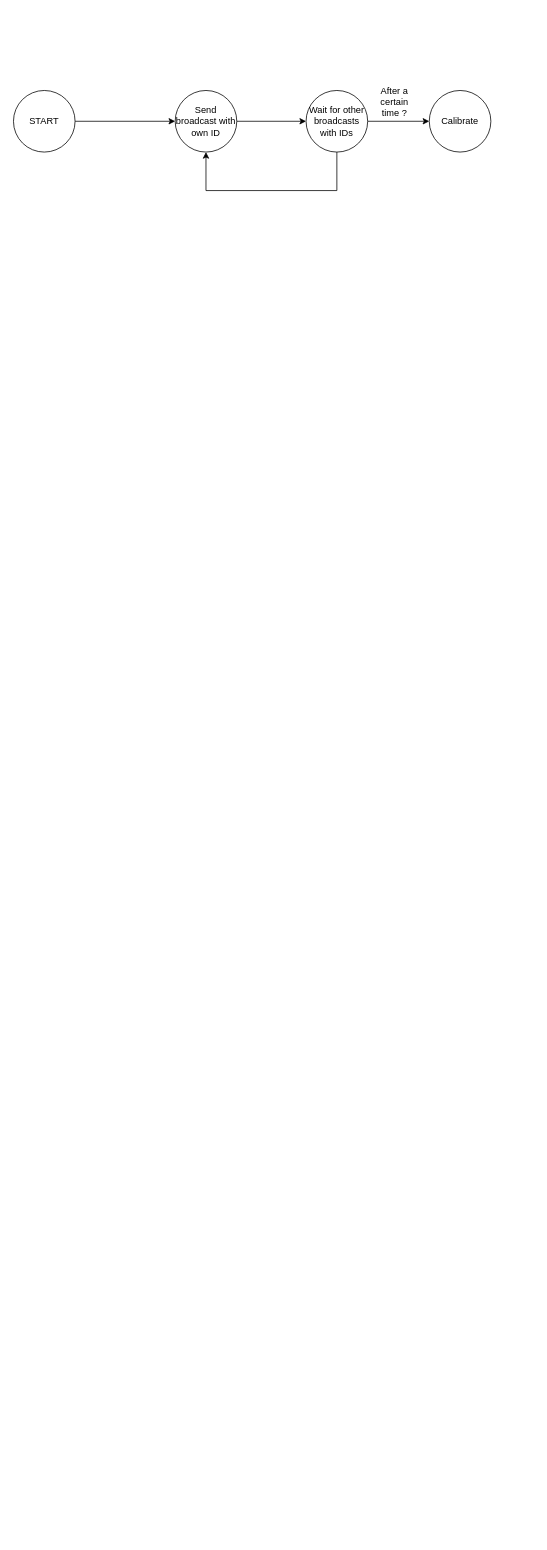
GNL10/SCDTR_project keeps this draw.io diagram as photos/state_diagram.drawio. Above is the earlier version. Source tidied: cells renumbered, new cells numbered last; positions are measured from the earlier drawing's top-left corner, leaving out a move shared by most shapes. Both pictures are drawn from the tidied source at 77%, with x=0, y=0 at pixel (13, 82).
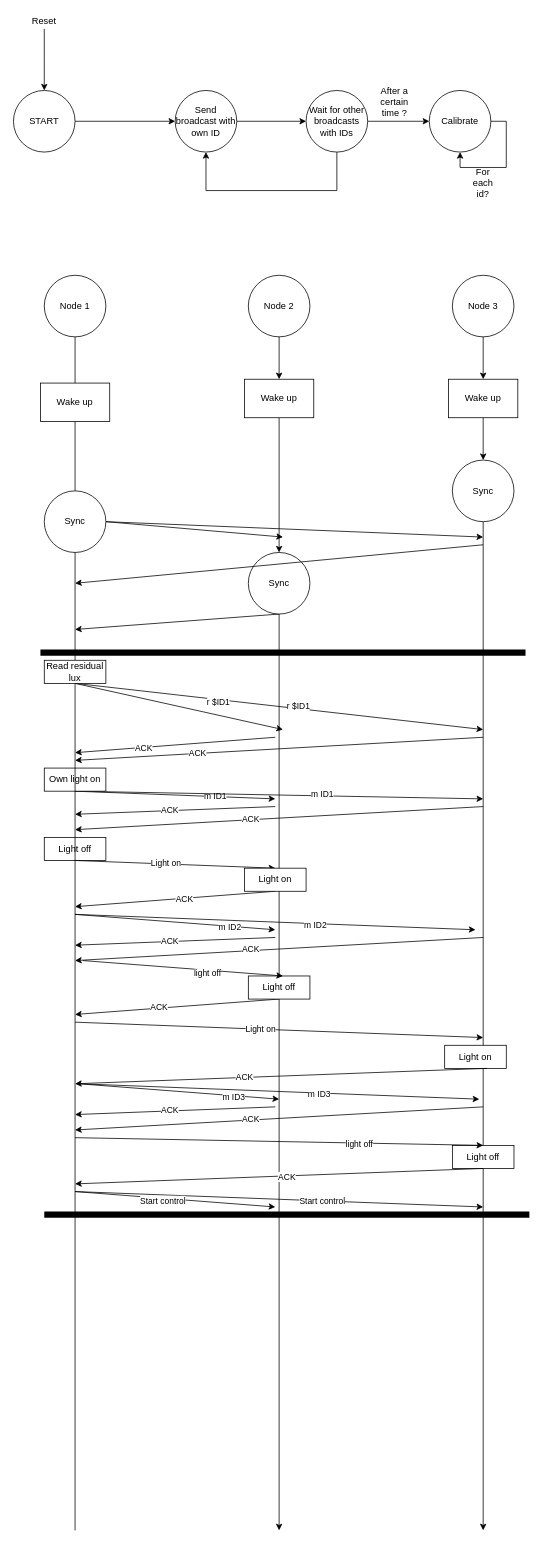
Above is the later version.

The change refers to these unchanged cells:
```xml
<mxCell id="3" value="START" style="ellipse;whiteSpace=wrap;html=1;" parent="1" vertex="1">
  <mxGeometry y="10" width="80" height="80" as="geometry" />
</mxCell>
<mxCell id="9" value="Calibrate" style="ellipse;whiteSpace=wrap;html=1;" parent="1" vertex="1">
  <mxGeometry x="540" y="10" width="80" height="80" as="geometry" />
</mxCell>
```

What changed in the source:
```diff
@@
+    <mxCell id="11" style="edgeStyle=orthogonalEdgeStyle;rounded=0;jettySize=auto;html=1;exitX=0.5;exitY=0;exitDx=0;exitDy=0;endArrow=none;endFill=0;startArrow=classic;startFill=1;" parent="1" edge="1" source="3">
+      <mxGeometry relative="1" as="geometry">
+        <mxPoint x="40" y="-70" as="targetPoint" />
+      </mxGeometry>
+    </mxCell>
@@
+    <mxCell id="12" value="Reset" style="text;html=1;strokeColor=none;fillColor=none;align=center;verticalAlign=middle;whiteSpace=wrap;rounded=0;" parent="1" vertex="1">
+      <mxGeometry x="20" y="-90" width="40" height="20" as="geometry" />
+    </mxCell>
+    <mxCell id="13" style="edgeStyle=orthogonalEdgeStyle;rounded=0;orthogonalLoop=1;jettySize=auto;html=1;exitX=1;exitY=0.5;exitDx=0;exitDy=0;entryX=0.5;entryY=1;entryDx=0;entryDy=0;startArrow=none;startFill=0;endArrow=classic;endFill=1;" parent="1" edge="1" source="9" target="9">
+      <mxGeometry relative="1" as="geometry" />
+    </mxCell>
+    <mxCell id="14" value="For each id?" style="text;html=1;strokeColor=none;fillColor=none;align=center;verticalAlign=middle;whiteSpace=wrap;rounded=0;" parent="1" vertex="1">
+      <mxGeometry x="590" y="120" width="40" height="20" as="geometry" />
+    </mxCell>
+    <mxCell id="15" value="Node 1" style="ellipse;whiteSpace=wrap;html=1;" parent="1" vertex="1">
+      <mxGeometry x="40" y="250" width="80" height="80" as="geometry" />
+    </mxCell>
+    <mxCell id="16" style="edgeStyle=orthogonalEdgeStyle;rounded=0;jettySize=auto;html=1;exitX=0.5;exitY=1;exitDx=0;exitDy=0;startArrow=none;startFill=0;endArrow=classic;endFill=1;" parent="1" edge="1" source="31">
+      <mxGeometry relative="1" as="geometry">
+        <mxPoint x="345" y="1880" as="targetPoint" />
+      </mxGeometry>
+    </mxCell>
+    <mxCell id="17" value="&lt;span&gt;Node 2&lt;/span&gt;" style="ellipse;whiteSpace=wrap;html=1;" parent="1" vertex="1">
+      <mxGeometry x="305" y="250" width="80" height="80" as="geometry" />
+    </mxCell>
+    <mxCell id="18" style="edgeStyle=orthogonalEdgeStyle;rounded=0;jettySize=auto;html=1;exitX=0.5;exitY=1;exitDx=0;exitDy=0;startArrow=none;startFill=0;endArrow=classic;endFill=1;" parent="1" edge="1" source="28">
+      <mxGeometry relative="1" as="geometry">
+        <mxPoint x="610" y="1880" as="targetPoint" />
+      </mxGeometry>
+    </mxCell>
+    <mxCell id="19" value="&lt;span&gt;Node 3&lt;/span&gt;" style="ellipse;whiteSpace=wrap;html=1;" parent="1" vertex="1">
+      <mxGeometry x="570" y="250" width="80" height="80" as="geometry" />
+    </mxCell>
+    <mxCell id="20" style="endArrow=none;html=1;entryX=0.5;entryY=1;entryDx=0;entryDy=0;" parent="1" edge="1" source="21" target="15">
+      <mxGeometry relative="1" as="geometry" />
+    </mxCell>
+    <mxCell id="21" value="Wake up" style="rounded=0;whiteSpace=wrap;html=1;" parent="1" vertex="1">
+      <mxGeometry x="35" y="390" width="90" height="50" as="geometry" />
+    </mxCell>
+    <mxCell id="22" style="endArrow=none;html=1;entryX=0.5;entryY=1;entryDx=0;entryDy=0;" parent="1" edge="1" source="96" target="21">
+      <mxGeometry relative="1" as="geometry" />
+    </mxCell>
+    <mxCell id="23" value="Wake up" style="rounded=0;whiteSpace=wrap;html=1;" parent="1" vertex="1">
+      <mxGeometry x="565" y="385" width="90" height="50" as="geometry" />
+    </mxCell>
+    <mxCell id="24" style="edgeStyle=orthogonalEdgeStyle;rounded=0;jettySize=auto;html=1;exitX=0.5;exitY=1;exitDx=0;exitDy=0;startArrow=none;startFill=0;endArrow=classic;endFill=1;" parent="1" edge="1" source="19" target="23">
+      <mxGeometry relative="1" as="geometry" />
+    </mxCell>
+    <mxCell id="25" style="rounded=0;jettySize=auto;html=1;exitX=1;exitY=0.5;exitDx=0;exitDy=0;startArrow=none;startFill=0;endArrow=classic;endFill=1;" parent="1" edge="1" source="27">
+      <mxGeometry relative="1" as="geometry">
+        <mxPoint x="350" y="590" as="targetPoint" />
+      </mxGeometry>
+    </mxCell>
+    <mxCell id="26" style="edgeStyle=none;rounded=0;jettySize=auto;html=1;exitX=1;exitY=0.5;exitDx=0;exitDy=0;startArrow=none;startFill=0;endArrow=classic;endFill=1;" parent="1" edge="1" source="27">
+      <mxGeometry relative="1" as="geometry">
+        <mxPoint x="610" y="590" as="targetPoint" />
+      </mxGeometry>
+    </mxCell>
+    <mxCell id="27" value="Sync" style="ellipse;whiteSpace=wrap;html=1;" parent="1" vertex="1">
+      <mxGeometry x="40" y="530" width="80" height="80" as="geometry" />
+    </mxCell>
+    <mxCell id="28" value="Sync" style="ellipse;whiteSpace=wrap;html=1;" parent="1" vertex="1">
+      <mxGeometry x="570" y="490" width="80" height="80" as="geometry" />
+    </mxCell>
+    <mxCell id="29" style="edgeStyle=orthogonalEdgeStyle;rounded=0;jettySize=auto;html=1;exitX=0.5;exitY=1;exitDx=0;exitDy=0;startArrow=none;startFill=0;endArrow=classic;endFill=1;" parent="1" edge="1" source="23" target="28">
+      <mxGeometry relative="1" as="geometry" />
+    </mxCell>
+    <mxCell id="30" style="edgeStyle=none;rounded=0;jettySize=auto;html=1;exitX=0.5;exitY=1;exitDx=0;exitDy=0;startArrow=none;startFill=0;endArrow=classic;endFill=1;" parent="1" edge="1" source="31">
+      <mxGeometry relative="1" as="geometry">
+        <mxPoint x="80" y="710" as="targetPoint" />
+      </mxGeometry>
+    </mxCell>
+    <mxCell id="31" value="Sync" style="ellipse;whiteSpace=wrap;html=1;" parent="1" vertex="1">
+      <mxGeometry x="305" y="610" width="80" height="80" as="geometry" />
+    </mxCell>
+    <mxCell id="32" style="edgeStyle=orthogonalEdgeStyle;rounded=0;jettySize=auto;html=1;exitX=0.5;exitY=1;exitDx=0;exitDy=0;startArrow=none;startFill=0;endArrow=classic;endFill=1;" parent="1" edge="1" source="33" target="31">
+      <mxGeometry relative="1" as="geometry" />
+    </mxCell>
+    <mxCell id="33" value="Wake up" style="rounded=0;whiteSpace=wrap;html=1;" parent="1" vertex="1">
+      <mxGeometry x="300" y="385" width="90" height="50" as="geometry" />
+    </mxCell>
+    <mxCell id="34" style="edgeStyle=orthogonalEdgeStyle;rounded=0;jettySize=auto;html=1;exitX=0.5;exitY=1;exitDx=0;exitDy=0;startArrow=none;startFill=0;endArrow=classic;endFill=1;" parent="1" edge="1" source="17" target="33">
+      <mxGeometry relative="1" as="geometry" />
+    </mxCell>
+    <mxCell id="35" style="endArrow=classic;html=1;" parent="1" edge="1">
+      <mxGeometry relative="1" as="geometry">
+        <mxPoint x="610" y="600" as="sourcePoint" />
+        <mxPoint x="80" y="650" as="targetPoint" />
+      </mxGeometry>
+    </mxCell>
+    <mxCell id="36" style="endArrow=none;html=1;strokeWidth=8;" parent="1" edge="1">
+      <mxGeometry relative="1" as="geometry">
+        <mxPoint x="35" y="740" as="sourcePoint" />
+        <mxPoint x="665" y="740" as="targetPoint" />
+      </mxGeometry>
+    </mxCell>
+    <mxCell id="37" style="edgeStyle=none;rounded=0;jettySize=auto;html=1;exitX=0.5;exitY=1;exitDx=0;exitDy=0;startArrow=none;startFill=0;endArrow=classic;endFill=1;strokeWidth=1;" parent="1" edge="1" source="96">
+      <mxGeometry relative="1" as="geometry">
+        <mxPoint x="350" y="840" as="targetPoint" />
+      </mxGeometry>
+    </mxCell>
+    <mxCell id="38" style="edgeStyle=none;rounded=0;jettySize=auto;html=1;exitX=0.5;exitY=1;exitDx=0;exitDy=0;startArrow=none;startFill=0;endArrow=classic;endFill=1;strokeWidth=1;" parent="1" edge="1" source="96">
+      <mxGeometry relative="1" as="geometry">
+        <mxPoint x="610" y="840" as="targetPoint" />
+      </mxGeometry>
+    </mxCell>
+    <mxCell id="39" value="r $ID1" style="edgeLabel;html=1;align=center;verticalAlign=middle;" parent="38" vertex="1">
+      <mxGeometry x="-0.3" y="-3" relative="1" as="geometry" />
+    </mxCell>
+    <mxCell id="40" value="r $ID1" style="edgeLabel;html=1;align=center;verticalAlign=middle;" parent="38" vertex="1">
+      <mxGeometry x="0.09" y="3" relative="1" as="geometry" />
+    </mxCell>
+    <mxCell id="41" style="endArrow=classic;html=1;strokeWidth=1;" parent="1" edge="1">
+      <mxGeometry relative="1" as="geometry">
+        <mxPoint x="610" y="850" as="sourcePoint" />
+        <mxPoint x="80" y="880" as="targetPoint" />
+      </mxGeometry>
+    </mxCell>
+    <mxCell id="42" value="ACK" style="edgeLabel;html=1;align=center;verticalAlign=middle;" parent="41" vertex="1">
+      <mxGeometry x="0.4" y="-1" relative="1" as="geometry" />
+    </mxCell>
+    <mxCell id="43" style="endArrow=classic;html=1;strokeWidth=1;" parent="1" edge="1">
+      <mxGeometry relative="1" as="geometry">
+        <mxPoint x="340" y="850" as="sourcePoint" />
+        <mxPoint x="80" y="870" as="targetPoint" />
+      </mxGeometry>
+    </mxCell>
+    <mxCell id="44" value="ACK" style="edgeLabel;html=1;align=center;verticalAlign=middle;" parent="43" vertex="1">
+      <mxGeometry x="0.32" relative="1" as="geometry" />
+    </mxCell>
+    <mxCell id="45" style="edgeStyle=none;rounded=0;jettySize=auto;html=1;exitX=0.5;exitY=1;exitDx=0;exitDy=0;startArrow=none;startFill=0;endArrow=classic;endFill=1;strokeWidth=1;" parent="1" edge="1" source="49">
+      <mxGeometry relative="1" as="geometry">
+        <mxPoint x="340" y="930" as="targetPoint" />
+      </mxGeometry>
+    </mxCell>
+    <mxCell id="46" value="m ID1" style="edgeLabel;html=1;align=center;verticalAlign=middle;" parent="45" vertex="1">
+      <mxGeometry x="0.4" relative="1" as="geometry" />
+    </mxCell>
+    <mxCell id="47" style="edgeStyle=none;rounded=0;jettySize=auto;html=1;exitX=0.5;exitY=1;exitDx=0;exitDy=0;startArrow=none;startFill=0;endArrow=classic;endFill=1;strokeWidth=1;" parent="1" edge="1" source="49">
+      <mxGeometry relative="1" as="geometry">
+        <mxPoint x="610" y="930" as="targetPoint" />
+      </mxGeometry>
+    </mxCell>
+    <mxCell id="48" value="m ID1" style="edgeLabel;html=1;align=center;verticalAlign=middle;" parent="47" vertex="1">
+      <mxGeometry x="-0.21" relative="1" as="geometry">
+        <mxPoint x="111.8" as="offset" />
+      </mxGeometry>
+    </mxCell>
+    <mxCell id="49" value="Own light on" style="rounded=0;whiteSpace=wrap;html=1;" parent="1" vertex="1">
+      <mxGeometry x="40" y="890" width="80" height="30" as="geometry" />
+    </mxCell>
+    <mxCell id="50" style="endArrow=classic;html=1;strokeWidth=1;" parent="1" edge="1">
+      <mxGeometry relative="1" as="geometry">
+        <mxPoint x="340" y="940" as="sourcePoint" />
+        <mxPoint x="80" y="950" as="targetPoint" />
+      </mxGeometry>
+    </mxCell>
+    <mxCell id="51" value="ACK" style="edgeLabel;html=1;align=center;verticalAlign=middle;" parent="50" vertex="1">
+      <mxGeometry x="0.06" y="-1" relative="1" as="geometry" />
+    </mxCell>
+    <mxCell id="52" style="endArrow=classic;html=1;strokeWidth=1;" parent="1" edge="1">
+      <mxGeometry relative="1" as="geometry">
+        <mxPoint x="610" y="940" as="sourcePoint" />
+        <mxPoint x="80" y="970" as="targetPoint" />
+      </mxGeometry>
+    </mxCell>
+    <mxCell id="53" value="ACK" style="edgeLabel;html=1;align=center;verticalAlign=middle;" parent="52" vertex="1">
+      <mxGeometry x="0.14" y="-2" relative="1" as="geometry" />
+    </mxCell>
+    <mxCell id="54" value="Light off" style="rounded=0;whiteSpace=wrap;html=1;" parent="1" vertex="1">
+      <mxGeometry x="40" y="980" width="80" height="30" as="geometry" />
+    </mxCell>
+    <mxCell id="55" style="endArrow=classic;html=1;strokeWidth=1;" parent="1" edge="1">
+      <mxGeometry relative="1" as="geometry">
+        <mxPoint x="80" y="1010" as="sourcePoint" />
+        <mxPoint x="340" y="1020" as="targetPoint" />
+      </mxGeometry>
+    </mxCell>
+    <mxCell id="56" value="Light on" style="edgeLabel;html=1;align=center;verticalAlign=middle;" parent="55" vertex="1">
+      <mxGeometry x="-0.09" y="1" relative="1" as="geometry" />
+    </mxCell>
+    <mxCell id="57" style="endArrow=classic;html=1;strokeWidth=1;" parent="1" edge="1">
+      <mxGeometry relative="1" as="geometry">
+        <mxPoint x="340" y="1050" as="sourcePoint" />
+        <mxPoint x="80" y="1070" as="targetPoint" />
+      </mxGeometry>
+    </mxCell>
+    <mxCell id="58" value="ACK" style="edgeLabel;html=1;align=center;verticalAlign=middle;" parent="57" vertex="1">
+      <mxGeometry x="-0.09" y="1" relative="1" as="geometry" />
+    </mxCell>
+    <mxCell id="59" value="Light on" style="rounded=0;whiteSpace=wrap;html=1;" parent="1" vertex="1">
+      <mxGeometry x="300" y="1020" width="80" height="30" as="geometry" />
+    </mxCell>
+    <mxCell id="60" style="endArrow=classic;html=1;strokeWidth=1;" parent="1" edge="1">
+      <mxGeometry relative="1" as="geometry">
+        <mxPoint x="80" y="1080" as="sourcePoint" />
+        <mxPoint x="340" y="1100" as="targetPoint" />
+      </mxGeometry>
+    </mxCell>
+    <mxCell id="61" value="m ID2" style="edgeLabel;html=1;align=center;verticalAlign=middle;" parent="60" vertex="1">
+      <mxGeometry x="0.54" y="-1" relative="1" as="geometry" />
+    </mxCell>
+    <mxCell id="62" style="endArrow=classic;html=1;strokeWidth=1;" parent="1" edge="1">
+      <mxGeometry relative="1" as="geometry">
+        <mxPoint x="80" y="1080" as="sourcePoint" />
+        <mxPoint x="600" y="1100" as="targetPoint" />
+      </mxGeometry>
+    </mxCell>
+    <mxCell id="63" value="m ID2" style="edgeLabel;html=1;align=center;verticalAlign=middle;" parent="62" vertex="1">
+      <mxGeometry x="0.2" y="-2" relative="1" as="geometry" />
+    </mxCell>
+    <mxCell id="64" style="endArrow=classic;html=1;strokeWidth=1;" parent="1" edge="1">
+      <mxGeometry relative="1" as="geometry">
+        <mxPoint x="340" y="1110" as="sourcePoint" />
+        <mxPoint x="80" y="1120" as="targetPoint" />
+      </mxGeometry>
+    </mxCell>
+    <mxCell id="65" value="ACK" style="edgeLabel;html=1;align=center;verticalAlign=middle;" parent="64" vertex="1">
+      <mxGeometry x="0.06" y="-1" relative="1" as="geometry" />
+    </mxCell>
+    <mxCell id="66" style="endArrow=classic;html=1;strokeWidth=1;" parent="1" edge="1">
+      <mxGeometry relative="1" as="geometry">
+        <mxPoint x="610" y="1110" as="sourcePoint" />
+        <mxPoint x="80" y="1140" as="targetPoint" />
+      </mxGeometry>
+    </mxCell>
+    <mxCell id="67" value="ACK" style="edgeLabel;html=1;align=center;verticalAlign=middle;" parent="66" vertex="1">
+      <mxGeometry x="0.14" y="-2" relative="1" as="geometry" />
+    </mxCell>
+    <mxCell id="68" style="edgeStyle=none;rounded=0;jettySize=auto;html=1;exitX=0.5;exitY=1;exitDx=0;exitDy=0;startArrow=none;startFill=0;endArrow=classic;endFill=1;strokeWidth=1;" parent="1" edge="1" source="70">
+      <mxGeometry relative="1" as="geometry">
+        <mxPoint x="80" y="1210" as="targetPoint" />
+      </mxGeometry>
+    </mxCell>
+    <mxCell id="69" value="ACK" style="edgeLabel;html=1;align=center;verticalAlign=middle;" parent="68" vertex="1">
+      <mxGeometry x="0.18" y="-1" relative="1" as="geometry" />
+    </mxCell>
+    <mxCell id="70" value="Light off" style="rounded=0;whiteSpace=wrap;html=1;" parent="1" vertex="1">
+      <mxGeometry x="305" y="1160" width="80" height="30" as="geometry" />
+    </mxCell>
+    <mxCell id="71" style="endArrow=classic;html=1;strokeWidth=1;" parent="1" edge="1">
+      <mxGeometry relative="1" as="geometry">
+        <mxPoint x="90" y="1140" as="sourcePoint" />
+        <mxPoint x="350" y="1160" as="targetPoint" />
+      </mxGeometry>
+    </mxCell>
+    <mxCell id="72" value="light off" style="edgeLabel;html=1;align=center;verticalAlign=middle;" parent="71" vertex="1">
+      <mxGeometry x="0.54" y="-1" relative="1" as="geometry">
+        <mxPoint x="-39.3" as="offset" />
+      </mxGeometry>
+    </mxCell>
+    <mxCell id="73" style="endArrow=classic;html=1;strokeWidth=1;" parent="1" edge="1">
+      <mxGeometry relative="1" as="geometry">
+        <mxPoint x="80" y="1220" as="sourcePoint" />
+        <mxPoint x="610" y="1240" as="targetPoint" />
+      </mxGeometry>
+    </mxCell>
+    <mxCell id="74" value="Light on" style="edgeLabel;html=1;align=center;verticalAlign=middle;" parent="73" vertex="1">
+      <mxGeometry x="-0.09" y="1" relative="1" as="geometry" />
+    </mxCell>
+    <mxCell id="75" value="Light on" style="rounded=0;whiteSpace=wrap;html=1;" parent="1" vertex="1">
+      <mxGeometry x="560" y="1250" width="80" height="30" as="geometry" />
+    </mxCell>
+    <mxCell id="76" value="Light off" style="rounded=0;whiteSpace=wrap;html=1;" parent="1" vertex="1">
+      <mxGeometry x="570" y="1380" width="80" height="30" as="geometry" />
+    </mxCell>
+    <mxCell id="77" style="edgeStyle=none;rounded=0;orthogonalLoop=1;jettySize=auto;html=1;exitX=0.5;exitY=1;exitDx=0;exitDy=0;startArrow=none;startFill=0;endArrow=classic;endFill=1;strokeWidth=1;" parent="1" edge="1">
+      <mxGeometry relative="1" as="geometry">
+        <mxPoint x="615" y="1280" as="sourcePoint" />
+        <mxPoint x="80" y="1300" as="targetPoint" />
+      </mxGeometry>
+    </mxCell>
+    <mxCell id="78" value="ACK" style="edgeLabel;html=1;align=center;verticalAlign=middle;" parent="77" vertex="1">
+      <mxGeometry x="0.18" y="-1" relative="1" as="geometry" />
+    </mxCell>
+    <mxCell id="79" style="endArrow=classic;html=1;strokeWidth=1;" parent="1" edge="1">
+      <mxGeometry relative="1" as="geometry">
+        <mxPoint x="85" y="1300" as="sourcePoint" />
+        <mxPoint x="345" y="1320" as="targetPoint" />
+      </mxGeometry>
+    </mxCell>
+    <mxCell id="80" value="m ID3" style="edgeLabel;html=1;align=center;verticalAlign=middle;" parent="79" vertex="1">
+      <mxGeometry x="0.54" y="-1" relative="1" as="geometry" />
+    </mxCell>
+    <mxCell id="81" style="endArrow=classic;html=1;strokeWidth=1;" parent="1" edge="1">
+      <mxGeometry relative="1" as="geometry">
+        <mxPoint x="85" y="1300" as="sourcePoint" />
+        <mxPoint x="605" y="1320" as="targetPoint" />
+      </mxGeometry>
+    </mxCell>
+    <mxCell id="82" value="m ID3" style="edgeLabel;html=1;align=center;verticalAlign=middle;" parent="81" vertex="1">
+      <mxGeometry x="0.2" y="-2" relative="1" as="geometry" />
+    </mxCell>
+    <mxCell id="83" style="endArrow=classic;html=1;strokeWidth=1;" parent="1" edge="1">
+      <mxGeometry relative="1" as="geometry">
+        <mxPoint x="340" y="1330" as="sourcePoint" />
+        <mxPoint x="80" y="1340" as="targetPoint" />
+      </mxGeometry>
+    </mxCell>
+    <mxCell id="84" value="ACK" style="edgeLabel;html=1;align=center;verticalAlign=middle;" parent="83" vertex="1">
+      <mxGeometry x="0.06" y="-1" relative="1" as="geometry" />
+    </mxCell>
+    <mxCell id="85" style="endArrow=classic;html=1;strokeWidth=1;" parent="1" edge="1">
+      <mxGeometry relative="1" as="geometry">
+        <mxPoint x="610" y="1330" as="sourcePoint" />
+        <mxPoint x="80" y="1360" as="targetPoint" />
+      </mxGeometry>
+    </mxCell>
+    <mxCell id="86" value="ACK" style="edgeLabel;html=1;align=center;verticalAlign=middle;" parent="85" vertex="1">
+      <mxGeometry x="0.14" y="-2" relative="1" as="geometry" />
+    </mxCell>
+    <mxCell id="87" style="edgeStyle=none;rounded=0;jettySize=auto;html=1;exitX=0.5;exitY=1;exitDx=0;exitDy=0;startArrow=none;startFill=0;endArrow=classic;endFill=1;strokeWidth=1;" parent="1" edge="1" source="76">
+      <mxGeometry relative="1" as="geometry">
+        <mxPoint x="80" y="1430" as="targetPoint" />
+      </mxGeometry>
+    </mxCell>
+    <mxCell id="88" value="ACK" style="edgeLabel;html=1;align=center;verticalAlign=middle;" parent="87" vertex="1">
+      <mxGeometry x="0.18" y="-1" relative="1" as="geometry">
+        <mxPoint x="56.9" as="offset" />
+      </mxGeometry>
+    </mxCell>
+    <mxCell id="89" style="endArrow=classic;html=1;strokeWidth=1;entryX=0.5;entryY=0;entryDx=0;entryDy=0;" parent="1" edge="1" target="76">
+      <mxGeometry relative="1" as="geometry">
+        <mxPoint x="80" y="1370" as="sourcePoint" />
+      </mxGeometry>
+    </mxCell>
+    <mxCell id="90" value="light off" style="edgeLabel;html=1;align=center;verticalAlign=middle;" parent="89" vertex="1">
+      <mxGeometry x="0.54" y="-1" relative="1" as="geometry">
+        <mxPoint x="-39.3" as="offset" />
+      </mxGeometry>
+    </mxCell>
+    <mxCell id="91" style="endArrow=classic;html=1;strokeWidth=1;" parent="1" edge="1">
+      <mxGeometry relative="1" as="geometry">
+        <mxPoint x="80" y="1440" as="sourcePoint" />
+        <mxPoint x="610" y="1460" as="targetPoint" />
+      </mxGeometry>
+    </mxCell>
+    <mxCell id="92" value="Start control" style="edgeLabel;html=1;align=center;verticalAlign=middle;" parent="91" vertex="1">
+      <mxGeometry x="0.54" y="-1" relative="1" as="geometry">
+        <mxPoint x="-87" y="-4" as="offset" />
+      </mxGeometry>
+    </mxCell>
+    <mxCell id="93" style="endArrow=classic;html=1;strokeWidth=1;" parent="1" edge="1">
+      <mxGeometry relative="1" as="geometry">
+        <mxPoint x="80" y="1440" as="sourcePoint" />
+        <mxPoint x="340" y="1460" as="targetPoint" />
+      </mxGeometry>
+    </mxCell>
+    <mxCell id="94" value="Start control" style="edgeLabel;html=1;align=center;verticalAlign=middle;" parent="93" vertex="1">
+      <mxGeometry x="0.54" y="-1" relative="1" as="geometry">
+        <mxPoint x="-87" y="-4.7" as="offset" />
+      </mxGeometry>
+    </mxCell>
+    <mxCell id="95" style="endArrow=none;html=1;strokeWidth=8;" parent="1" edge="1">
+      <mxGeometry relative="1" as="geometry">
+        <mxPoint x="40" y="1470" as="sourcePoint" />
+        <mxPoint x="670" y="1470" as="targetPoint" />
+      </mxGeometry>
+    </mxCell>
+    <mxCell id="96" value="Read residual lux" style="rounded=0;whiteSpace=wrap;html=1;" parent="1" vertex="1">
+      <mxGeometry x="40" y="750" width="80" height="30" as="geometry" />
+    </mxCell>
+    <mxCell id="97" style="endArrow=none;html=1;entryX=0.5;entryY=1;entryDx=0;entryDy=0;" parent="1" edge="1" target="96">
+      <mxGeometry relative="1" as="geometry">
+        <mxPoint x="80" y="1880" as="sourcePoint" />
+      </mxGeometry>
+    </mxCell>
```
